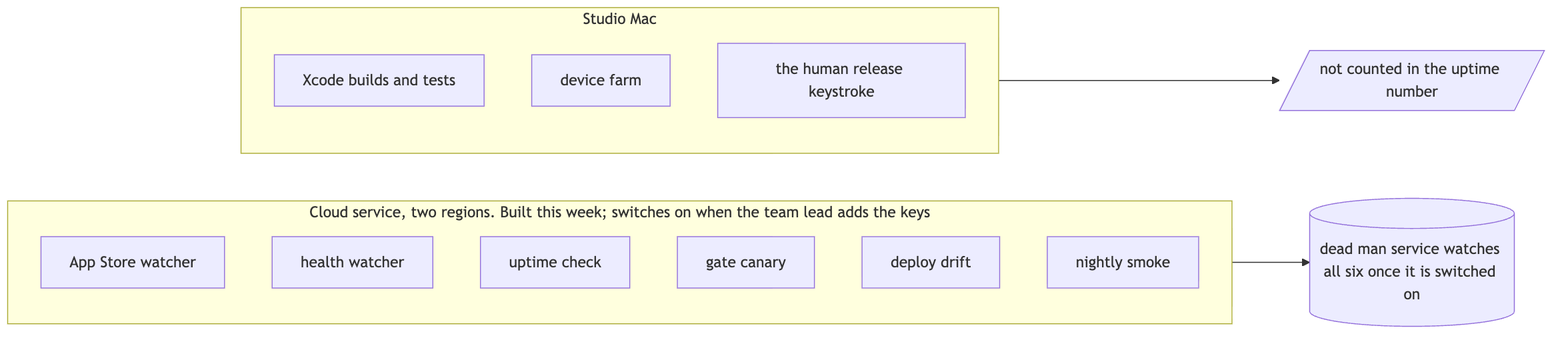
Above: assets/diagrams/where-robots-run.png in LawrenceHua/es-internship-hub (Mermaid), before the change. Its source is kept beside it as assets/diagrams/where-robots-run.mmd. Its diagram source:
```mermaid
flowchart LR
  subgraph CLOUD["Cloud service, two regions. Built this week; switches on when the team lead adds the keys"]
    direction TB
    C1[App Store watcher]
    C2[health watcher]
    C3[uptime check]
    C4[gate canary]
    C5[deploy drift]
    C6[nightly smoke]
  end
  DM[(dead man service watches all six once it is switched on)]
  CLOUD --> DM

  subgraph STUDIO["Studio Mac"]
    direction TB
    S1[Xcode builds and tests]
    S2[device farm]
    S3[the human release keystroke]
  end
  NOTE[/not counted in the uptime number/]
  STUDIO --> NOTE
```
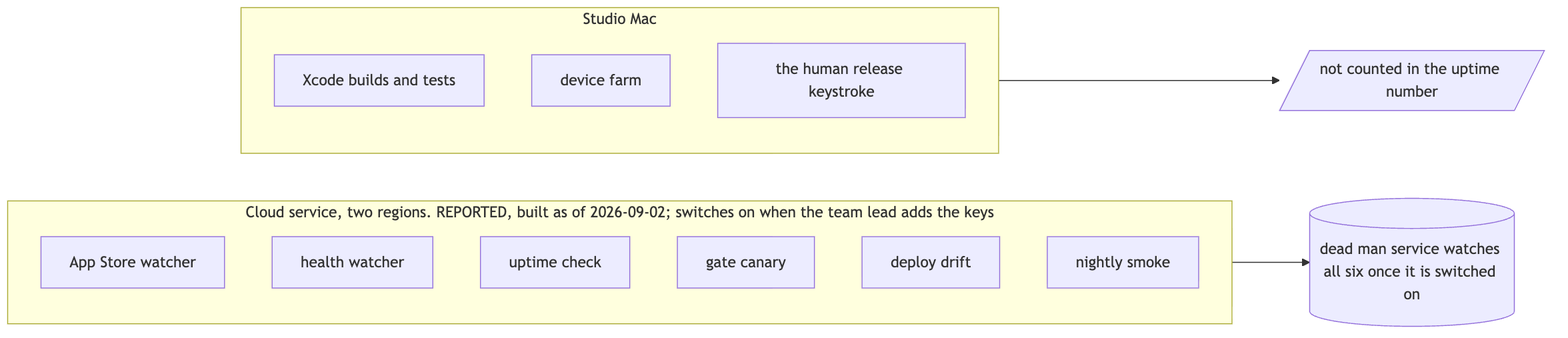
After the change.

Diff of the diagram source:
```diff
@@ -1,5 +1,5 @@
 flowchart LR
-  subgraph CLOUD["Cloud service, two regions. Built this week; switches on when the team lead adds the keys"]
+  subgraph CLOUD["Cloud service, two regions. REPORTED, built as of 2026-09-02; switches on when the team lead adds the keys"]
     direction TB
     C1[App Store watcher]
     C2[health watcher]
```
